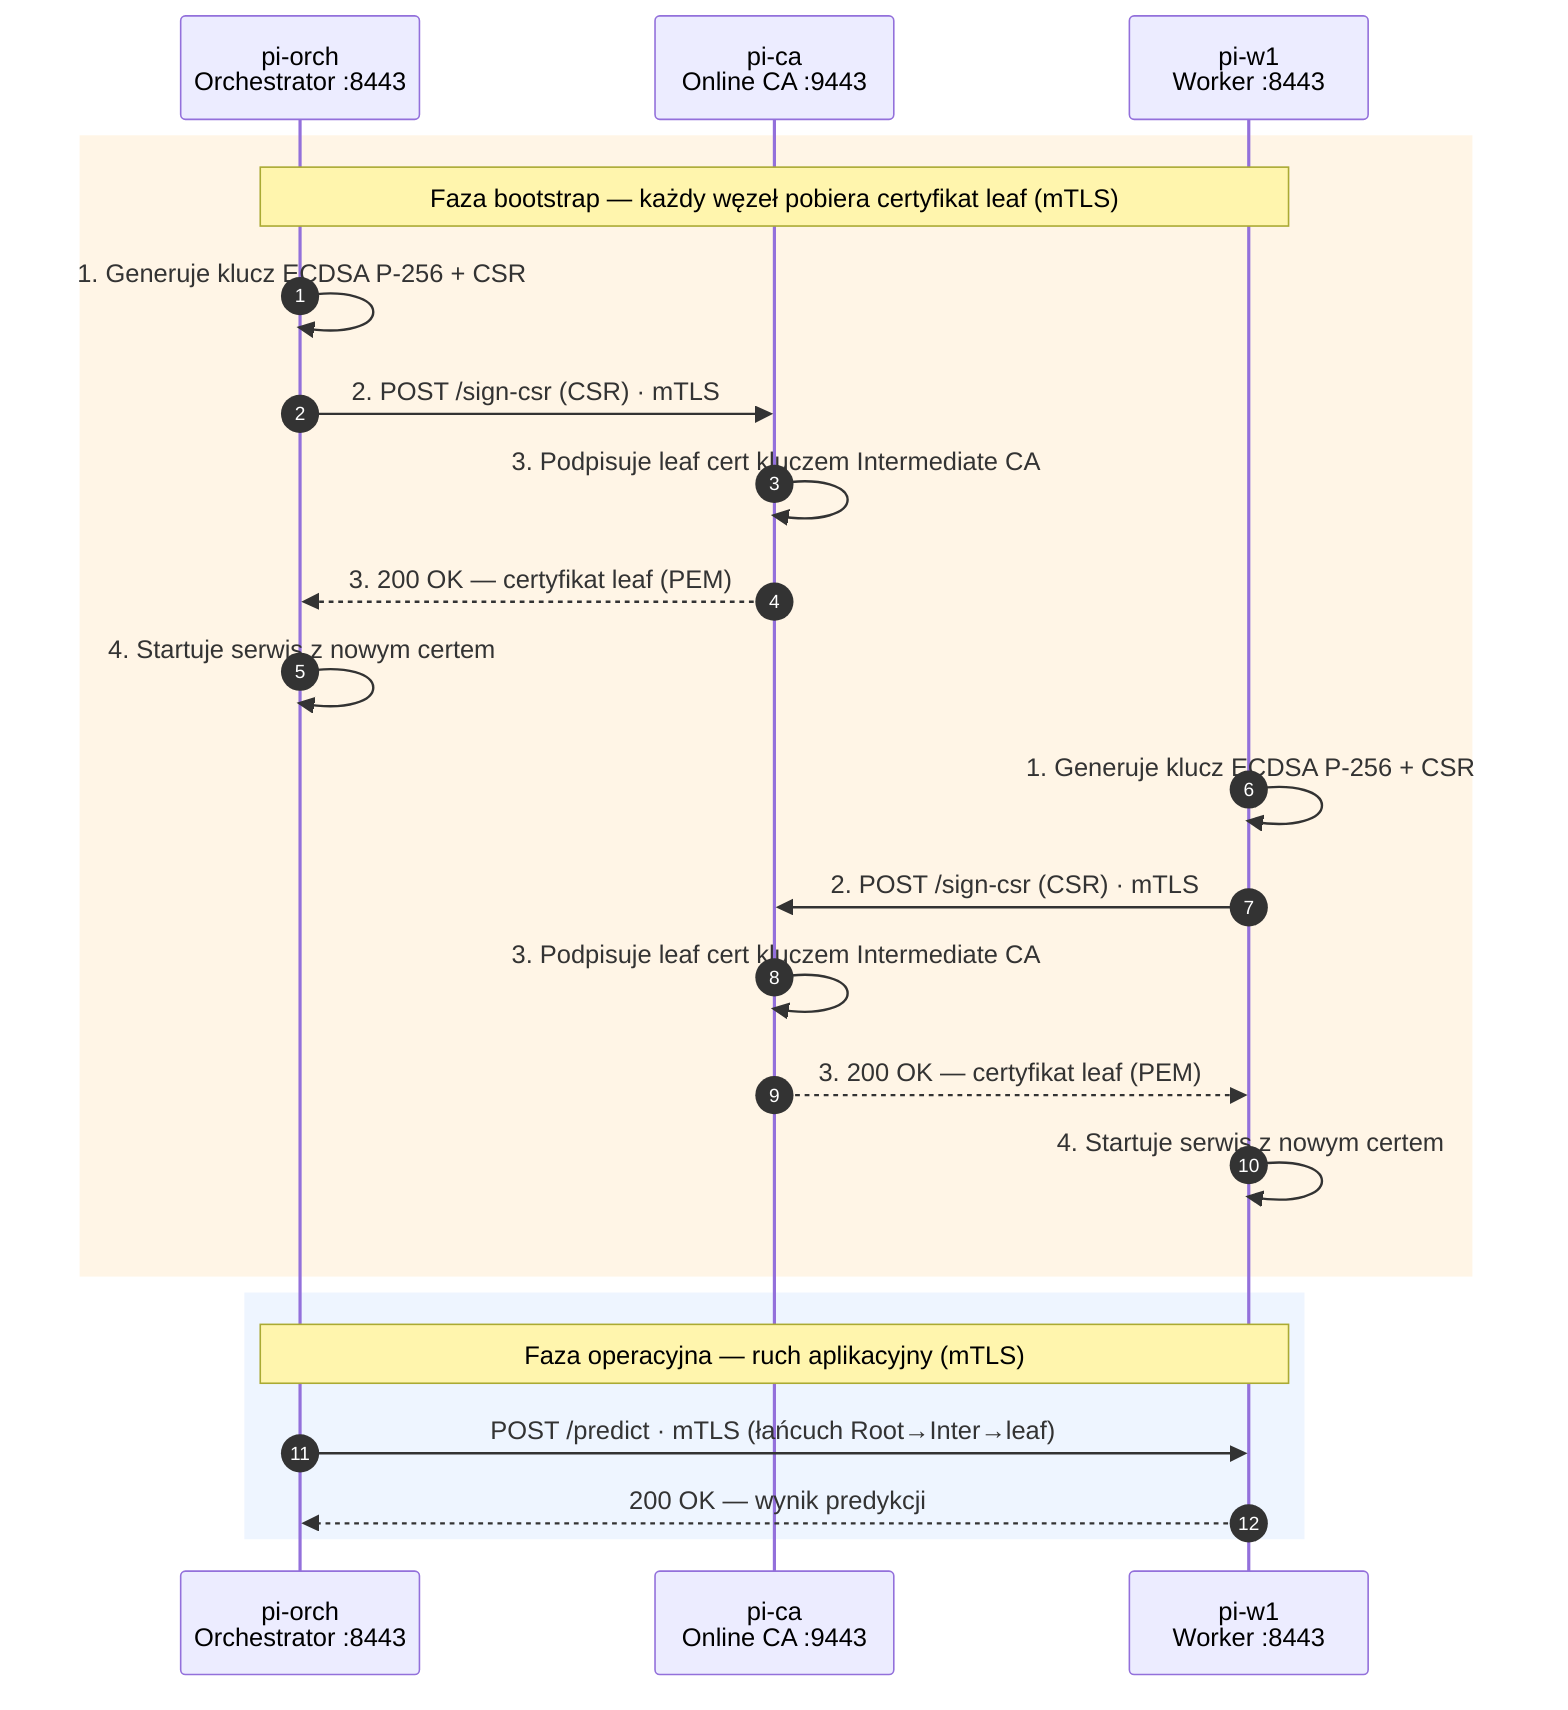
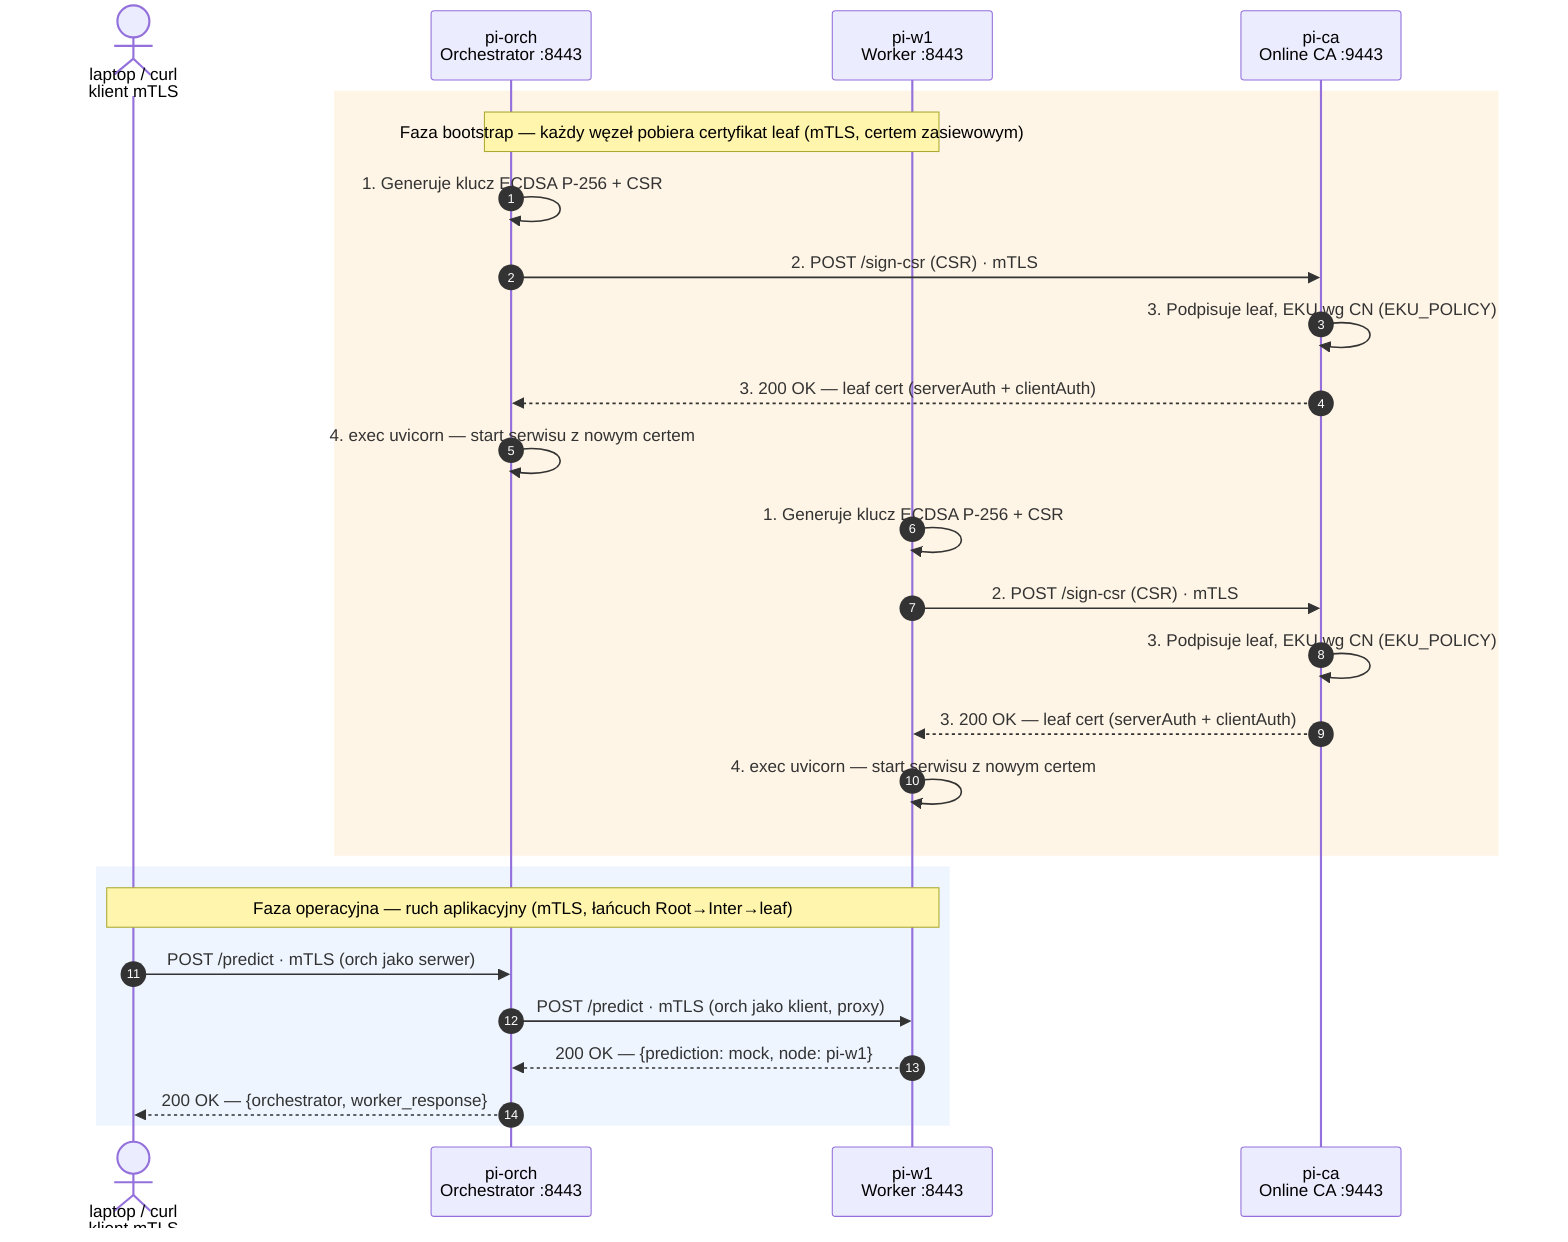
- %% Przepływ komunikacji w klastrze PKI — Sprint 02 (v1 roboczy)
+ %% Przepływ komunikacji w klastrze PKI — Sprint 07 (integracja end-to-end przez mTLS)
%% Render: VSCode "Markdown Preview Mermaid" / mermaid.live / mmdc -i flow.mmd -o flow.png
sequenceDiagram
    autonumber
+     actor C as laptop / curl<br/>klient mTLS
    participant O as pi-orch<br/>Orchestrator :8443
+     participant W as pi-w1<br/>Worker :8443
    participant CA as pi-ca<br/>Online CA :9443
-     participant W as pi-w1<br/>Worker :8443

    rect rgb(255,245,230)
-     Note over O,W: Faza bootstrap — każdy węzeł pobiera certyfikat leaf (mTLS)
+     Note over O,W: Faza bootstrap — każdy węzeł pobiera certyfikat leaf (mTLS, certem zasiewowym)
    O->>O: 1. Generuje klucz ECDSA P-256 + CSR
    O->>CA: 2. POST /sign-csr (CSR) · mTLS
-     CA->>CA: 3. Podpisuje leaf cert kluczem Intermediate CA
-     CA-->>O: 3. 200 OK — certyfikat leaf (PEM)
-     O->>O: 4. Startuje serwis z nowym certem
+     CA->>CA: 3. Podpisuje leaf, EKU wg CN (EKU_POLICY)
+     CA-->>O: 3. 200 OK — leaf cert (serverAuth + clientAuth)
+     O->>O: 4. exec uvicorn — start serwisu z nowym certem

    W->>W: 1. Generuje klucz ECDSA P-256 + CSR
    W->>CA: 2. POST /sign-csr (CSR) · mTLS
-     CA->>CA: 3. Podpisuje leaf cert kluczem Intermediate CA
-     CA-->>W: 3. 200 OK — certyfikat leaf (PEM)
-     W->>W: 4. Startuje serwis z nowym certem
+     CA->>CA: 3. Podpisuje leaf, EKU wg CN (EKU_POLICY)
+     CA-->>W: 3. 200 OK — leaf cert (serverAuth + clientAuth)
+     W->>W: 4. exec uvicorn — start serwisu z nowym certem
    end

    rect rgb(238,245,255)
-     Note over O,W: Faza operacyjna — ruch aplikacyjny (mTLS)
-     O->>W: POST /predict · mTLS (łańcuch Root→Inter→leaf)
-     W-->>O: 200 OK — wynik predykcji
-     end+     Note over C,W: Faza operacyjna — ruch aplikacyjny (mTLS, łańcuch Root→Inter→leaf)
+     C->>O: POST /predict · mTLS (orch jako serwer)
+     O->>W: POST /predict · mTLS (orch jako klient, proxy)
+     W-->>O: 200 OK — {prediction: mock, node: pi-w1}
+     O-->>C: 200 OK — {orchestrator, worker_response}
+     end
